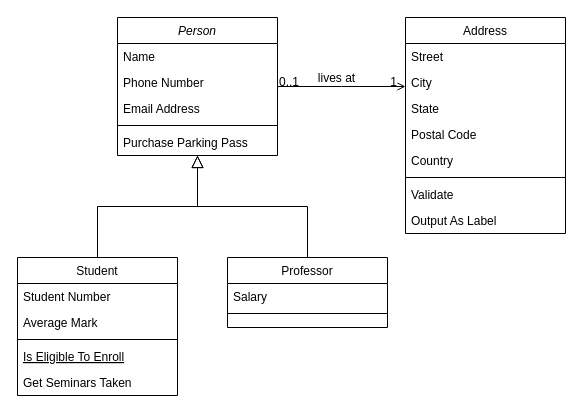
The draw.io diagram Ejercicio 2/Que veremos_UML.drawio in chiarab22/Elpseudocodigo, before the edit. Source tidied: cells renumbered, new cells numbered last; positions are measured from the earlier drawing's top-left corner, leaving out a move shared by most shapes. Both pictures are drawn from the tidied source at 100%, with x=0, y=0 at pixel (17, 17).
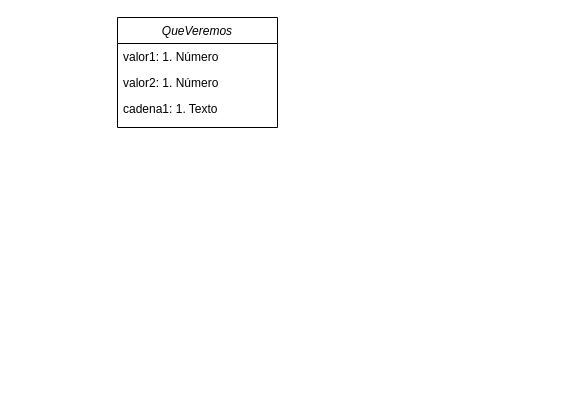
Above is the later version.

The edit, as a diff of the source:
```diff
@@
-    <mxCell id="2" value="Person" style="swimlane;fontStyle=2;align=center;verticalAlign=top;horizontal=1;startSize=26;rounded=0;shadow=0;strokeWidth=1;" parent="1" vertex="1">
-      <mxGeometry x="100" width="160" height="138" as="geometry" />
+    <mxCell id="2" value="QueVeremos" style="swimlane;fontStyle=2;align=center;verticalAlign=top;horizontal=1;startSize=26;rounded=0;shadow=0;strokeWidth=1;" parent="1" vertex="1">
+      <mxGeometry x="100" width="160" height="110" as="geometry" />
     </mxCell>
-    <mxCell id="3" value="Name" style="text;align=left;verticalAlign=top;spacingLeft=4;spacingRight=4;overflow=hidden;" parent="2" vertex="1">
+    <mxCell id="3" value="valor1: 1. Número" style="text;align=left;verticalAlign=top;spacingLeft=4;spacingRight=4;overflow=hidden;" parent="2" vertex="1">
       <mxGeometry y="26" width="160" height="26" as="geometry" />
     </mxCell>
-    <mxCell id="4" value="Phone Number" style="text;align=left;verticalAlign=top;spacingLeft=4;spacingRight=4;overflow=hidden;rounded=0;shadow=0;html=0;" parent="2" vertex="1">
+    <mxCell id="4" value="valor2: 1. Número" style="text;align=left;verticalAlign=top;spacingLeft=4;spacingRight=4;overflow=hidden;rounded=0;shadow=0;html=0;" parent="2" vertex="1">
       <mxGeometry y="52" width="160" height="26" as="geometry" />
     </mxCell>
-    <mxCell id="5" value="Email Address" style="text;align=left;verticalAlign=top;spacingLeft=4;spacingRight=4;overflow=hidden;rounded=0;shadow=0;html=0;" parent="2" vertex="1">
+    <mxCell id="5" value="cadena1: 1. Texto" style="text;align=left;verticalAlign=top;spacingLeft=4;spacingRight=4;overflow=hidden;rounded=0;shadow=0;html=0;" parent="2" vertex="1">
       <mxGeometry y="78" width="160" height="26" as="geometry" />
     </mxCell>
-    <mxCell id="6" style="line;html=1;strokeWidth=1;align=left;verticalAlign=middle;spacingTop=-1;spacingLeft=3;spacingRight=3;labelPosition=right;" parent="2" vertex="1">
-      <mxGeometry y="104" width="160" height="8" as="geometry" />
-    </mxCell>
-    <mxCell id="7" value="Purchase Parking Pass" style="text;align=left;verticalAlign=top;spacingLeft=4;spacingRight=4;overflow=hidden;" parent="2" vertex="1">
-      <mxGeometry y="112" width="160" height="26" as="geometry" />
-    </mxCell>
-    <mxCell id="8" value="Student" style="swimlane;fontStyle=0;align=center;verticalAlign=top;horizontal=1;startSize=26;rounded=0;shadow=0;strokeWidth=1;" parent="1" vertex="1">
-      <mxGeometry y="240" width="160" height="138" as="geometry" />
-    </mxCell>
-    <mxCell id="9" value="Student Number" style="text;align=left;verticalAlign=top;spacingLeft=4;spacingRight=4;overflow=hidden;" parent="8" vertex="1">
-      <mxGeometry y="26" width="160" height="26" as="geometry" />
-    </mxCell>
-    <mxCell id="10" value="Average Mark" style="text;align=left;verticalAlign=top;spacingLeft=4;spacingRight=4;overflow=hidden;rounded=0;shadow=0;html=0;" parent="8" vertex="1">
-      <mxGeometry y="52" width="160" height="26" as="geometry" />
-    </mxCell>
-    <mxCell id="11" style="line;html=1;strokeWidth=1;align=left;verticalAlign=middle;spacingTop=-1;spacingLeft=3;spacingRight=3;labelPosition=right;" parent="8" vertex="1">
-      <mxGeometry y="78" width="160" height="8" as="geometry" />
-    </mxCell>
-    <mxCell id="12" value="Is Eligible To Enroll" style="text;align=left;verticalAlign=top;spacingLeft=4;spacingRight=4;overflow=hidden;fontStyle=4;" parent="8" vertex="1">
-      <mxGeometry y="86" width="160" height="26" as="geometry" />
-    </mxCell>
-    <mxCell id="13" value="Get Seminars Taken" style="text;align=left;verticalAlign=top;spacingLeft=4;spacingRight=4;overflow=hidden;" parent="8" vertex="1">
-      <mxGeometry y="112" width="160" height="26" as="geometry" />
-    </mxCell>
-    <mxCell id="14" style="endArrow=block;endSize=10;endFill=0;shadow=0;strokeWidth=1;rounded=0;edgeStyle=elbowEdgeStyle;elbow=vertical;" parent="1" edge="1" source="8" target="2">
-      <mxGeometry relative="1" as="geometry" />
-    </mxCell>
-    <mxCell id="15" value="Professor" style="swimlane;fontStyle=0;align=center;verticalAlign=top;horizontal=1;startSize=26;rounded=0;shadow=0;strokeWidth=1;" parent="1" vertex="1">
-      <mxGeometry x="210" y="240" width="160" height="70" as="geometry" />
-    </mxCell>
-    <mxCell id="16" value="Salary" style="text;align=left;verticalAlign=top;spacingLeft=4;spacingRight=4;overflow=hidden;" parent="15" vertex="1">
-      <mxGeometry y="26" width="160" height="26" as="geometry" />
-    </mxCell>
-    <mxCell id="17" style="line;html=1;strokeWidth=1;align=left;verticalAlign=middle;spacingTop=-1;spacingLeft=3;spacingRight=3;labelPosition=right;" parent="15" vertex="1">
-      <mxGeometry y="52" width="160" height="8" as="geometry" />
-    </mxCell>
-    <mxCell id="18" style="endArrow=block;endSize=10;endFill=0;shadow=0;strokeWidth=1;rounded=0;edgeStyle=elbowEdgeStyle;elbow=vertical;" parent="1" edge="1" source="15" target="2">
-      <mxGeometry relative="1" as="geometry" />
-    </mxCell>
-    <mxCell id="19" value="Address" style="swimlane;fontStyle=0;align=center;verticalAlign=top;horizontal=1;startSize=26;rounded=0;shadow=0;strokeWidth=1;" parent="1" vertex="1">
-      <mxGeometry x="388" width="160" height="216" as="geometry" />
-    </mxCell>
-    <mxCell id="20" value="Street" style="text;align=left;verticalAlign=top;spacingLeft=4;spacingRight=4;overflow=hidden;" parent="19" vertex="1">
-      <mxGeometry y="26" width="160" height="26" as="geometry" />
-    </mxCell>
-    <mxCell id="21" value="City" style="text;align=left;verticalAlign=top;spacingLeft=4;spacingRight=4;overflow=hidden;rounded=0;shadow=0;html=0;" parent="19" vertex="1">
-      <mxGeometry y="52" width="160" height="26" as="geometry" />
-    </mxCell>
-    <mxCell id="22" value="State" style="text;align=left;verticalAlign=top;spacingLeft=4;spacingRight=4;overflow=hidden;rounded=0;shadow=0;html=0;" parent="19" vertex="1">
-      <mxGeometry y="78" width="160" height="26" as="geometry" />
-    </mxCell>
-    <mxCell id="23" value="Postal Code" style="text;align=left;verticalAlign=top;spacingLeft=4;spacingRight=4;overflow=hidden;rounded=0;shadow=0;html=0;" parent="19" vertex="1">
-      <mxGeometry y="104" width="160" height="26" as="geometry" />
-    </mxCell>
-    <mxCell id="24" value="Country" style="text;align=left;verticalAlign=top;spacingLeft=4;spacingRight=4;overflow=hidden;rounded=0;shadow=0;html=0;" parent="19" vertex="1">
-      <mxGeometry y="130" width="160" height="26" as="geometry" />
-    </mxCell>
-    <mxCell id="25" style="line;html=1;strokeWidth=1;align=left;verticalAlign=middle;spacingTop=-1;spacingLeft=3;spacingRight=3;labelPosition=right;" parent="19" vertex="1">
-      <mxGeometry y="156" width="160" height="8" as="geometry" />
-    </mxCell>
-    <mxCell id="26" value="Validate" style="text;align=left;verticalAlign=top;spacingLeft=4;spacingRight=4;overflow=hidden;" parent="19" vertex="1">
-      <mxGeometry y="164" width="160" height="26" as="geometry" />
-    </mxCell>
-    <mxCell id="27" value="Output As Label" style="text;align=left;verticalAlign=top;spacingLeft=4;spacingRight=4;overflow=hidden;" parent="19" vertex="1">
-      <mxGeometry y="190" width="160" height="26" as="geometry" />
-    </mxCell>
-    <mxCell id="28" style="endArrow=open;shadow=0;strokeWidth=1;rounded=0;endFill=1;edgeStyle=elbowEdgeStyle;elbow=vertical;" parent="1" edge="1" source="2" target="19">
-      <mxGeometry x="0.5" y="41" relative="1" as="geometry">
-        <mxPoint x="-40" y="32" as="offset" />
-      </mxGeometry>
-    </mxCell>
-    <mxCell id="29" value="0..1" style="align=left;verticalAlign=bottom;labelBackgroundColor=none;fontSize=12;" parent="28" vertex="1">
-      <mxGeometry x="-1" relative="1" as="geometry">
-        <mxPoint y="4" as="offset" />
-      </mxGeometry>
-    </mxCell>
-    <mxCell id="30" value="1" style="align=right;verticalAlign=bottom;labelBackgroundColor=none;fontSize=12;" parent="28" vertex="1">
-      <mxGeometry x="1" relative="1" as="geometry">
-        <mxPoint x="-7" y="4" as="offset" />
-      </mxGeometry>
-    </mxCell>
-    <mxCell id="31" value="lives at" style="text;html=1;align=center;verticalAlign=middle;labelBackgroundColor=none;rounded=0;shadow=0;strokeWidth=1;fontSize=12;" parent="28" vertex="1">
-      <mxGeometry x="0.5" y="49" relative="1" as="geometry">
-        <mxPoint x="-38" y="40" as="offset" />
-      </mxGeometry>
-    </mxCell>
```
